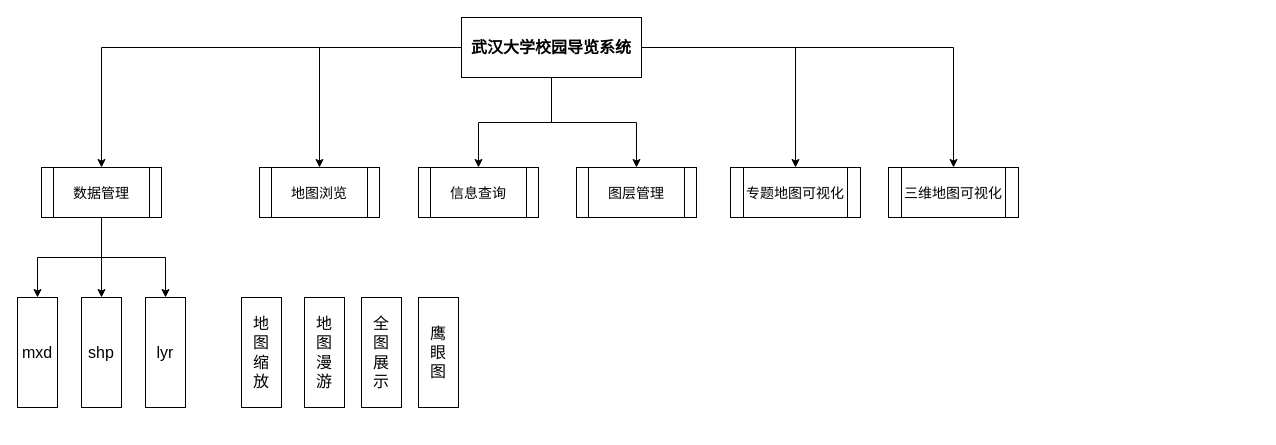
This is Awesome GIS.drawio from Civitasv/process, a draw.io file, before an edit. Source tidied: cells renumbered, new cells numbered last; positions are measured from the earlier drawing's top-left corner, leaving out a move shared by most shapes. Both pictures are drawn from the tidied source at 100%, with x=0, y=0 at pixel (17, 17).
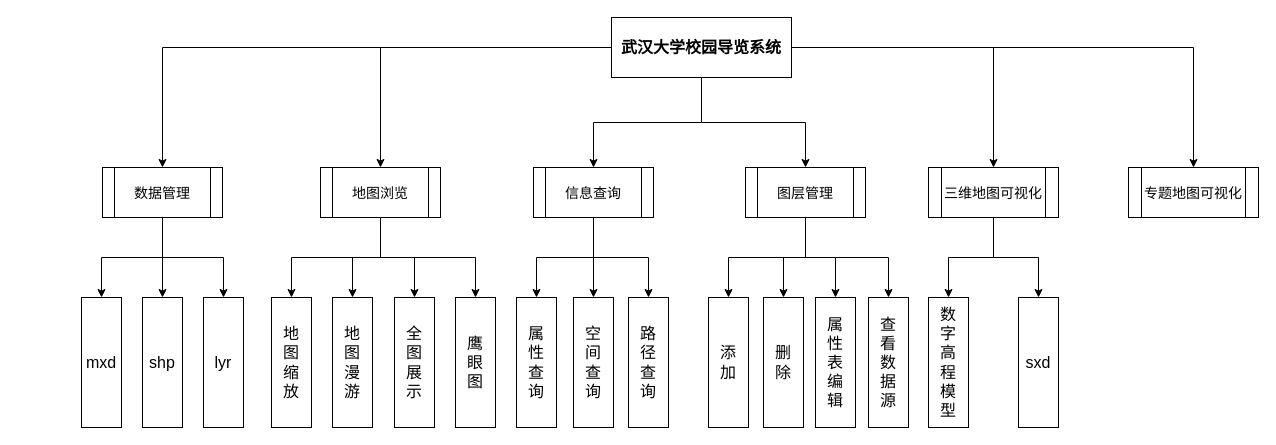
After the change.

What changed in the source:
```diff
@@
     <mxCell id="8" value="武汉大学校园导览系统" style="rounded=0;whiteSpace=wrap;html=1;fontSize=16;fontStyle=1;" parent="1" vertex="1">
-      <mxGeometry x="444" width="180" height="60" as="geometry" />
+      <mxGeometry x="594" width="180" height="60" as="geometry" />
     </mxCell>
@@
-    <mxCell id="12" value="&lt;span style=&quot;font-weight: normal&quot;&gt;&lt;font style=&quot;font-size: 14px&quot;&gt;数据管理&lt;/font&gt;&lt;/span&gt;" style="shape=process;whiteSpace=wrap;html=1;backgroundOutline=1;rounded=0;fontSize=16;fontStyle=1;flipH=0;" parent="1" vertex="1">
-      <mxGeometry x="24" y="150" width="120" height="50" as="geometry" />
+    <mxCell id="12" value="&lt;span style=&quot;font-weight: normal&quot;&gt;&lt;font style=&quot;font-size: 14px&quot;&gt;数据管理&lt;/font&gt;&lt;/span&gt;" style="shape=process;whiteSpace=wrap;html=1;backgroundOutline=1;rounded=0;fontSize=16;fontStyle=1;flipH=1;" parent="1" vertex="1">
+      <mxGeometry x="85" y="150" width="120" height="50" as="geometry" />
     </mxCell>
+    <mxCell id="25" style="edgeStyle=orthogonalEdgeStyle;rounded=0;jettySize=auto;html=1;entryX=0.5;entryY=0;entryDx=0;entryDy=0;fontSize=16;exitX=0.5;exitY=1;exitDx=0;exitDy=0;" parent="1" edge="1" source="13" target="24">
+      <mxGeometry relative="1" as="geometry" />
+    </mxCell>
+    <mxCell id="26" style="edgeStyle=orthogonalEdgeStyle;rounded=0;jettySize=auto;html=1;entryX=0.5;entryY=0;entryDx=0;entryDy=0;fontSize=16;" parent="1" edge="1" source="13" target="23">
+      <mxGeometry relative="1" as="geometry" />
+    </mxCell>
+    <mxCell id="27" style="edgeStyle=orthogonalEdgeStyle;rounded=0;jettySize=auto;html=1;entryX=0.5;entryY=0;entryDx=0;entryDy=0;fontSize=16;" parent="1" edge="1" source="13" target="22">
+      <mxGeometry relative="1" as="geometry" />
+    </mxCell>
+    <mxCell id="28" style="edgeStyle=orthogonalEdgeStyle;rounded=0;jettySize=auto;html=1;entryX=0.5;entryY=0;entryDx=0;entryDy=0;fontSize=16;exitX=0.5;exitY=1;exitDx=0;exitDy=0;" parent="1" edge="1" source="13" target="21">
+      <mxGeometry relative="1" as="geometry" />
+    </mxCell>
-    <mxCell id="13" value="&lt;span style=&quot;font-weight: normal&quot;&gt;&lt;font style=&quot;font-size: 14px&quot;&gt;地图浏览&lt;/font&gt;&lt;/span&gt;" style="shape=process;whiteSpace=wrap;html=1;backgroundOutline=1;rounded=0;fontSize=16;fontStyle=1;flipH=0;" parent="1" vertex="1">
-      <mxGeometry x="242" y="150" width="120" height="50" as="geometry" />
+    <mxCell id="13" value="&lt;span style=&quot;font-weight: normal&quot;&gt;&lt;font style=&quot;font-size: 14px&quot;&gt;地图浏览&lt;/font&gt;&lt;/span&gt;" style="shape=process;whiteSpace=wrap;html=1;backgroundOutline=1;rounded=0;fontSize=16;fontStyle=1;flipH=1;" parent="1" vertex="1">
+      <mxGeometry x="303" y="150" width="120" height="50" as="geometry" />
     </mxCell>
+    <mxCell id="29" style="edgeStyle=orthogonalEdgeStyle;rounded=0;jettySize=auto;html=1;entryX=0.5;entryY=0;entryDx=0;entryDy=0;fontSize=16;" parent="1" edge="1" source="14" target="38">
+      <mxGeometry relative="1" as="geometry" />
+    </mxCell>
+    <mxCell id="30" style="edgeStyle=orthogonalEdgeStyle;rounded=0;jettySize=auto;html=1;entryX=0.5;entryY=0;entryDx=0;entryDy=0;fontSize=16;" parent="1" edge="1" source="14" target="39">
+      <mxGeometry relative="1" as="geometry" />
+    </mxCell>
+    <mxCell id="31" style="edgeStyle=orthogonalEdgeStyle;rounded=0;jettySize=auto;html=1;entryX=0.5;entryY=0;entryDx=0;entryDy=0;fontSize=16;" parent="1" edge="1" source="14" target="40">
+      <mxGeometry relative="1" as="geometry" />
+    </mxCell>
-    <mxCell id="14" value="&lt;span style=&quot;font-weight: normal&quot;&gt;&lt;font style=&quot;font-size: 14px&quot;&gt;信息查询&lt;/font&gt;&lt;/span&gt;" style="shape=process;whiteSpace=wrap;html=1;backgroundOutline=1;rounded=0;fontSize=16;fontStyle=1;flipH=0;" parent="1" vertex="1">
-      <mxGeometry x="401" y="150" width="120" height="50" as="geometry" />
+    <mxCell id="14" value="&lt;span style=&quot;font-weight: normal&quot;&gt;&lt;font style=&quot;font-size: 14px&quot;&gt;信息查询&lt;/font&gt;&lt;/span&gt;" style="shape=process;whiteSpace=wrap;html=1;backgroundOutline=1;rounded=0;fontSize=16;fontStyle=1;flipH=1;" parent="1" vertex="1">
+      <mxGeometry x="516" y="150" width="120" height="50" as="geometry" />
     </mxCell>
+    <mxCell id="32" style="edgeStyle=orthogonalEdgeStyle;rounded=0;jettySize=auto;html=1;entryX=0.5;entryY=0;entryDx=0;entryDy=0;fontSize=16;" parent="1" edge="1" source="15" target="41">
+      <mxGeometry relative="1" as="geometry" />
+    </mxCell>
+    <mxCell id="33" style="edgeStyle=orthogonalEdgeStyle;rounded=0;jettySize=auto;html=1;entryX=0.5;entryY=0;entryDx=0;entryDy=0;fontSize=16;" parent="1" edge="1" source="15" target="42">
+      <mxGeometry relative="1" as="geometry" />
+    </mxCell>
+    <mxCell id="34" style="edgeStyle=orthogonalEdgeStyle;rounded=0;jettySize=auto;html=1;entryX=0.5;entryY=0;entryDx=0;entryDy=0;fontSize=16;" parent="1" edge="1" source="15" target="43">
+      <mxGeometry relative="1" as="geometry" />
+    </mxCell>
+    <mxCell id="35" style="edgeStyle=orthogonalEdgeStyle;rounded=0;jettySize=auto;html=1;entryX=0.5;entryY=0;entryDx=0;entryDy=0;fontSize=16;exitX=0.5;exitY=1;exitDx=0;exitDy=0;" parent="1" edge="1" source="15" target="44">
+      <mxGeometry relative="1" as="geometry" />
+    </mxCell>
-    <mxCell id="15" value="&lt;span style=&quot;font-weight: normal&quot;&gt;&lt;font style=&quot;font-size: 14px&quot;&gt;图层管理&lt;/font&gt;&lt;/span&gt;" style="shape=process;whiteSpace=wrap;html=1;backgroundOutline=1;rounded=0;fontSize=16;fontStyle=1;flipH=0;" parent="1" vertex="1">
-      <mxGeometry x="559" y="150" width="120" height="50" as="geometry" />
+    <mxCell id="15" value="&lt;span style=&quot;font-weight: normal&quot;&gt;&lt;font style=&quot;font-size: 14px&quot;&gt;图层管理&lt;/font&gt;&lt;/span&gt;" style="shape=process;whiteSpace=wrap;html=1;backgroundOutline=1;rounded=0;fontSize=16;fontStyle=1;flipH=1;" parent="1" vertex="1">
+      <mxGeometry x="728" y="150" width="120" height="50" as="geometry" />
     </mxCell>
-    <mxCell id="16" value="&lt;span style=&quot;font-weight: normal&quot;&gt;&lt;font style=&quot;font-size: 14px&quot;&gt;专题地图可视化&lt;/font&gt;&lt;/span&gt;" style="shape=process;whiteSpace=wrap;html=1;backgroundOutline=1;rounded=0;fontSize=16;fontStyle=1;flipH=0;" parent="1" vertex="1">
-      <mxGeometry x="713" y="150" width="130" height="50" as="geometry" />
+    <mxCell id="16" value="&lt;span style=&quot;font-weight: normal&quot;&gt;&lt;font style=&quot;font-size: 14px&quot;&gt;专题地图可视化&lt;/font&gt;&lt;/span&gt;" style="shape=process;whiteSpace=wrap;html=1;backgroundOutline=1;rounded=0;fontSize=16;fontStyle=1;flipH=1;" parent="1" vertex="1">
+      <mxGeometry x="1111" y="150" width="130" height="50" as="geometry" />
     </mxCell>
+    <mxCell id="36" style="edgeStyle=orthogonalEdgeStyle;rounded=0;jettySize=auto;html=1;entryX=0.5;entryY=0;entryDx=0;entryDy=0;fontSize=16;" parent="1" edge="1" source="17" target="45">
+      <mxGeometry relative="1" as="geometry" />
+    </mxCell>
+    <mxCell id="37" style="edgeStyle=orthogonalEdgeStyle;rounded=0;jettySize=auto;html=1;entryX=0.5;entryY=0;entryDx=0;entryDy=0;fontSize=16;" parent="1" edge="1" source="17" target="46">
+      <mxGeometry relative="1" as="geometry" />
+    </mxCell>
-    <mxCell id="17" value="&lt;span style=&quot;font-weight: normal&quot;&gt;&lt;font style=&quot;font-size: 14px&quot;&gt;三维地图可视化&lt;/font&gt;&lt;/span&gt;" style="shape=process;whiteSpace=wrap;html=1;backgroundOutline=1;rounded=0;fontSize=16;fontStyle=1;flipH=0;" parent="1" vertex="1">
-      <mxGeometry x="871" y="150" width="130" height="50" as="geometry" />
+    <mxCell id="17" value="&lt;span style=&quot;font-weight: normal&quot;&gt;&lt;font style=&quot;font-size: 14px&quot;&gt;三维地图可视化&lt;/font&gt;&lt;/span&gt;" style="shape=process;whiteSpace=wrap;html=1;backgroundOutline=1;rounded=0;fontSize=16;fontStyle=1;flipH=1;" parent="1" vertex="1">
+      <mxGeometry x="911" y="150" width="130" height="50" as="geometry" />
     </mxCell>
     <mxCell id="18" value="mxd" style="rounded=0;whiteSpace=wrap;html=1;fontSize=16;" parent="1" vertex="1">
-      <mxGeometry y="280" width="40" height="110" as="geometry" />
+      <mxGeometry x="64" y="280" width="40" height="130" as="geometry" />
     </mxCell>
     <mxCell id="19" value="shp" style="rounded=0;whiteSpace=wrap;html=1;fontSize=16;" parent="1" vertex="1">
-      <mxGeometry x="64" y="280" width="40" height="110" as="geometry" />
+      <mxGeometry x="125" y="280" width="40" height="130" as="geometry" />
     </mxCell>
     <mxCell id="20" value="lyr" style="rounded=0;whiteSpace=wrap;html=1;fontSize=16;" parent="1" vertex="1">
-      <mxGeometry x="128" y="280" width="40" height="110" as="geometry" />
+      <mxGeometry x="186" y="280" width="40" height="130" as="geometry" />
     </mxCell>
     <mxCell id="21" value="地&lt;br&gt;图&lt;br&gt;缩&lt;br&gt;放" style="rounded=0;whiteSpace=wrap;html=1;fontSize=16;" parent="1" vertex="1">
-      <mxGeometry x="224" y="280" width="40" height="110" as="geometry" />
+      <mxGeometry x="254" y="280" width="40" height="130" as="geometry" />
     </mxCell>
     <mxCell id="22" value="地&lt;br&gt;图&lt;br&gt;漫&lt;br&gt;游" style="rounded=0;whiteSpace=wrap;html=1;fontSize=16;" parent="1" vertex="1">
-      <mxGeometry x="287" y="280" width="40" height="110" as="geometry" />
+      <mxGeometry x="315" y="280" width="40" height="130" as="geometry" />
     </mxCell>
     <mxCell id="23" value="全&lt;br&gt;图&lt;br&gt;展&lt;br&gt;示" style="rounded=0;whiteSpace=wrap;html=1;fontSize=16;" parent="1" vertex="1">
-      <mxGeometry x="344" y="280" width="40" height="110" as="geometry" />
+      <mxGeometry x="377" y="280" width="40" height="130" as="geometry" />
     </mxCell>
     <mxCell id="24" value="鹰&lt;br&gt;眼&lt;br&gt;图" style="rounded=0;whiteSpace=wrap;html=1;fontSize=16;" parent="1" vertex="1">
-      <mxGeometry x="401" y="280" width="40" height="110" as="geometry" />
+      <mxGeometry x="438" y="280" width="40" height="130" as="geometry" />
     </mxCell>
+    <mxCell id="38" value="属&lt;br&gt;性&lt;br&gt;查&lt;br&gt;询" style="rounded=0;whiteSpace=wrap;html=1;fontSize=16;" parent="1" vertex="1">
+      <mxGeometry x="499" y="280" width="40" height="130" as="geometry" />
+    </mxCell>
+    <mxCell id="39" value="空&lt;br&gt;间&lt;br&gt;查&lt;br&gt;询" style="rounded=0;whiteSpace=wrap;html=1;fontSize=16;" parent="1" vertex="1">
+      <mxGeometry x="556" y="280" width="40" height="130" as="geometry" />
+    </mxCell>
+    <mxCell id="40" value="路&lt;br&gt;径&lt;br&gt;查&lt;br&gt;询" style="rounded=0;whiteSpace=wrap;html=1;fontSize=16;" parent="1" vertex="1">
+      <mxGeometry x="611" y="280" width="40" height="130" as="geometry" />
+    </mxCell>
+    <mxCell id="41" value="添&lt;br&gt;加" style="rounded=0;whiteSpace=wrap;html=1;fontSize=16;" parent="1" vertex="1">
+      <mxGeometry x="691" y="280" width="40" height="130" as="geometry" />
+    </mxCell>
+    <mxCell id="42" value="删&lt;br&gt;除" style="rounded=0;whiteSpace=wrap;html=1;fontSize=16;" parent="1" vertex="1">
+      <mxGeometry x="746" y="280" width="40" height="130" as="geometry" />
+    </mxCell>
+    <mxCell id="43" value="属&lt;br&gt;性&lt;br&gt;表&lt;br&gt;编&lt;br&gt;辑" style="rounded=0;whiteSpace=wrap;html=1;fontSize=16;" parent="1" vertex="1">
+      <mxGeometry x="798" y="280" width="40" height="130" as="geometry" />
+    </mxCell>
+    <mxCell id="44" value="查&lt;br&gt;看&lt;br&gt;数&lt;br&gt;据&lt;br&gt;源" style="rounded=0;whiteSpace=wrap;html=1;fontSize=16;" parent="1" vertex="1">
+      <mxGeometry x="851" y="280" width="40" height="130" as="geometry" />
+    </mxCell>
+    <mxCell id="45" value="数&lt;br&gt;字&lt;br&gt;高&lt;br&gt;程&lt;br&gt;模&lt;br&gt;型" style="rounded=0;whiteSpace=wrap;html=1;fontSize=16;" parent="1" vertex="1">
+      <mxGeometry x="911" y="280" width="40" height="130" as="geometry" />
+    </mxCell>
+    <mxCell id="46" value="sxd" style="rounded=0;whiteSpace=wrap;html=1;fontSize=16;" parent="1" vertex="1">
+      <mxGeometry x="1001" y="280" width="40" height="130" as="geometry" />
+    </mxCell>
```
